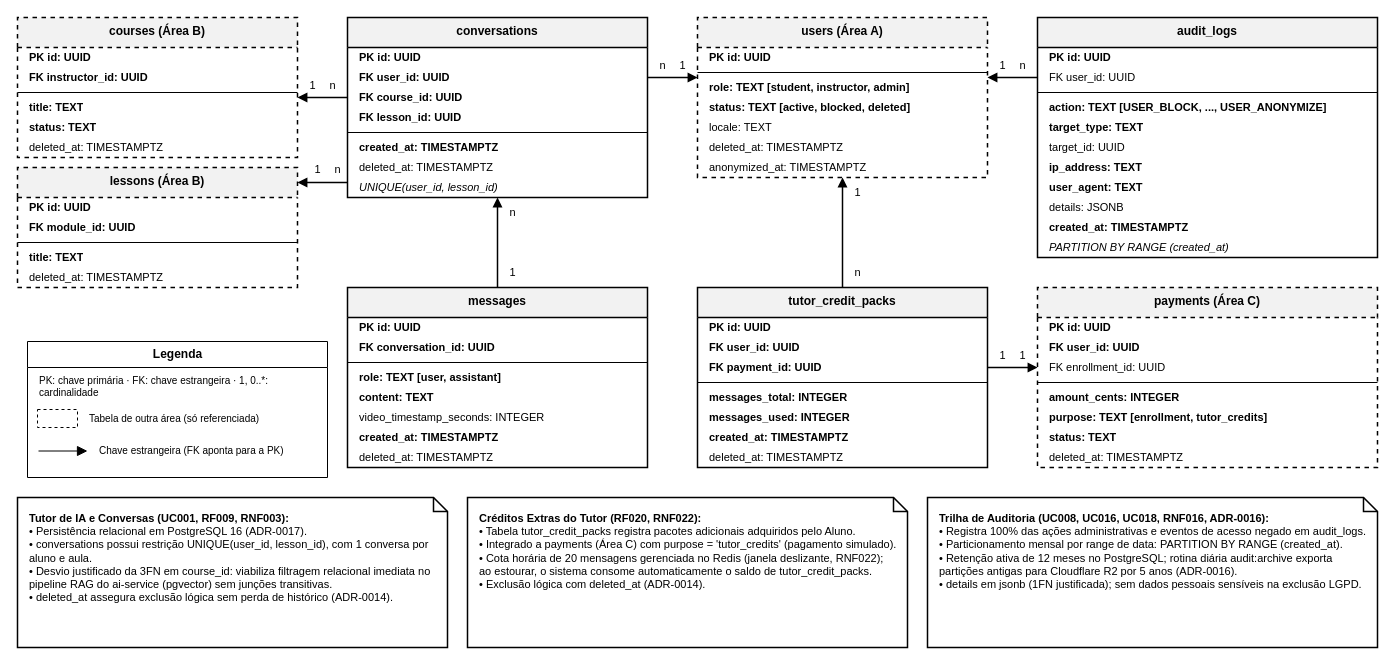
Before: especificacao/diagramas/12-modelo-de-dados-area-d.drawio in Plataforma-de-Cursos-TCC/plataforma-cursos-docs, a draw.io diagram. Source tidied: cells renumbered, new cells numbered last; positions are measured from the earlier drawing's top-left corner, leaving out a move shared by most shapes. Both pictures are drawn from the tidied source at 100%, with x=0, y=0 at pixel (17, 17).
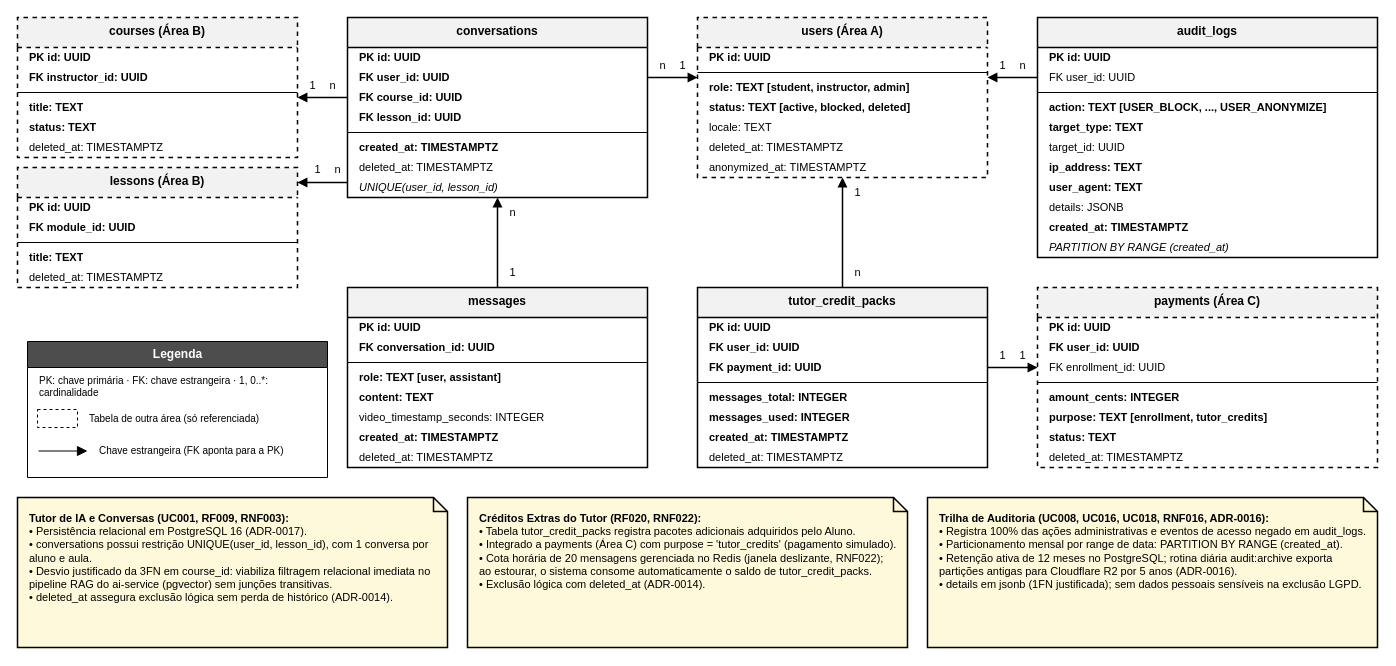
The same diagram, later.

Change to the diagram source:
```diff
@@
-    <mxCell id="71" value="&lt;b&gt;Tutor de IA e Conversas (UC001, RF009, RNF003):&lt;/b&gt;&lt;br&gt;• Persistência relacional em PostgreSQL 16 (ADR-0017).&lt;br&gt;• conversations possui restrição UNIQUE(user_id, lesson_id), com 1 conversa por aluno e aula.&lt;br&gt;• Desvio justificado da 3FN em course_id: viabiliza filtragem relacional imediata no pipeline RAG do ai-service (pgvector) sem junções transitivas.&lt;br&gt;• deleted_at assegura exclusão lógica sem perda de histórico (ADR-0014)." style="shape=note;whiteSpace=wrap;html=1;size=14;verticalAlign=top;align=left;spacingLeft=10;spacingRight=10;spacingTop=8;spacingBottom=8;fillColor=#FFFFFF;strokeColor=#000000;strokeWidth=1.5;fontFamily=Helvetica;fontSize=11;fontColor=#000000;" parent="1" vertex="1">
+    <mxCell id="71" value="&lt;b&gt;Tutor de IA e Conversas (UC001, RF009, RNF003):&lt;/b&gt;&lt;br&gt;• Persistência relacional em PostgreSQL 16 (ADR-0017).&lt;br&gt;• conversations possui restrição UNIQUE(user_id, lesson_id), com 1 conversa por aluno e aula.&lt;br&gt;• Desvio justificado da 3FN em course_id: viabiliza filtragem relacional imediata no pipeline RAG do ai-service (pgvector) sem junções transitivas.&lt;br&gt;• deleted_at assegura exclusão lógica sem perda de histórico (ADR-0014)." style="shape=note;whiteSpace=wrap;html=1;size=14;verticalAlign=top;align=left;spacingLeft=10;spacingRight=10;spacingTop=8;spacingBottom=8;fillColor=#FFF9DB;strokeColor=#000000;strokeWidth=1.5;fontFamily=Helvetica;fontSize=11;fontColor=#000000;" parent="1" vertex="1">
       <mxGeometry y="480" width="430" height="150" as="geometry" />
     </mxCell>
-    <mxCell id="72" value="&lt;b&gt;Créditos Extras do Tutor (RF020, RNF022):&lt;/b&gt;&lt;br&gt;• Tabela tutor_credit_packs registra pacotes adicionais adquiridos pelo Aluno.&lt;br&gt;• Integrado a payments (Área C) com purpose = 'tutor_credits' (pagamento simulado).&lt;br&gt;• Cota horária de 20 mensagens gerenciada no Redis (janela deslizante, RNF022); ao estourar, o sistema consome automaticamente o saldo de tutor_credit_packs.&lt;br&gt;• Exclusão lógica com deleted_at (ADR-0014)." style="shape=note;whiteSpace=wrap;html=1;size=14;verticalAlign=top;align=left;spacingLeft=10;spacingRight=10;spacingTop=8;spacingBottom=8;fillColor=#FFFFFF;strokeColor=#000000;strokeWidth=1.5;fontFamily=Helvetica;fontSize=11;fontColor=#000000;" parent="1" vertex="1">
+    <mxCell id="72" value="&lt;b&gt;Créditos Extras do Tutor (RF020, RNF022):&lt;/b&gt;&lt;br&gt;• Tabela tutor_credit_packs registra pacotes adicionais adquiridos pelo Aluno.&lt;br&gt;• Integrado a payments (Área C) com purpose = 'tutor_credits' (pagamento simulado).&lt;br&gt;• Cota horária de 20 mensagens gerenciada no Redis (janela deslizante, RNF022); ao estourar, o sistema consome automaticamente o saldo de tutor_credit_packs.&lt;br&gt;• Exclusão lógica com deleted_at (ADR-0014)." style="shape=note;whiteSpace=wrap;html=1;size=14;verticalAlign=top;align=left;spacingLeft=10;spacingRight=10;spacingTop=8;spacingBottom=8;fillColor=#FFF9DB;strokeColor=#000000;strokeWidth=1.5;fontFamily=Helvetica;fontSize=11;fontColor=#000000;" parent="1" vertex="1">
       <mxGeometry x="450" y="480" width="440" height="150" as="geometry" />
     </mxCell>
-    <mxCell id="73" value="&lt;b&gt;Trilha de Auditoria (UC008, UC016, UC018, RNF016, ADR-0016):&lt;/b&gt;&lt;br&gt;• Registra 100% das ações administrativas e eventos de acesso negado em audit_logs.&lt;br&gt;• Particionamento mensal por range de data: PARTITION BY RANGE (created_at).&lt;br&gt;• Retenção ativa de 12 meses no PostgreSQL; rotina diária audit:archive exporta partições antigas para Cloudflare R2 por 5 anos (ADR-0016).&lt;br&gt;• details em jsonb (1FN justificada); sem dados pessoais sensíveis na exclusão LGPD." style="shape=note;whiteSpace=wrap;html=1;size=14;verticalAlign=top;align=left;spacingLeft=10;spacingRight=10;spacingTop=8;spacingBottom=8;fillColor=#FFFFFF;strokeColor=#000000;strokeWidth=1.5;fontFamily=Helvetica;fontSize=11;fontColor=#000000;" parent="1" vertex="1">
+    <mxCell id="73" value="&lt;b&gt;Trilha de Auditoria (UC008, UC016, UC018, RNF016, ADR-0016):&lt;/b&gt;&lt;br&gt;• Registra 100% das ações administrativas e eventos de acesso negado em audit_logs.&lt;br&gt;• Particionamento mensal por range de data: PARTITION BY RANGE (created_at).&lt;br&gt;• Retenção ativa de 12 meses no PostgreSQL; rotina diária audit:archive exporta partições antigas para Cloudflare R2 por 5 anos (ADR-0016).&lt;br&gt;• details em jsonb (1FN justificada); sem dados pessoais sensíveis na exclusão LGPD." style="shape=note;whiteSpace=wrap;html=1;size=14;verticalAlign=top;align=left;spacingLeft=10;spacingRight=10;spacingTop=8;spacingBottom=8;fillColor=#FFF9DB;strokeColor=#000000;strokeWidth=1.5;fontFamily=Helvetica;fontSize=11;fontColor=#000000;" parent="1" vertex="1">
       <mxGeometry x="910" y="480" width="450" height="150" as="geometry" />
     </mxCell>
@@
-    <mxCell id="95" value="Legenda" style="swimlane;html=1;rounded=0;startSize=26;fontStyle=1;fillColor=#FFFFFF;swimlaneFillColor=#FFFFFF;strokeColor=#000000;" parent="1" vertex="1">
+    <mxCell id="95" value="Legenda" style="swimlane;html=1;rounded=0;startSize=26;fontStyle=1;fillColor=#4D4D4D;fontColor=#FFFFFF;swimlaneFillColor=#FFFFFF;strokeColor=#000000;" parent="1" vertex="1">
       <mxGeometry x="10" y="324" width="300" height="136" as="geometry" />
     </mxCell>
```
